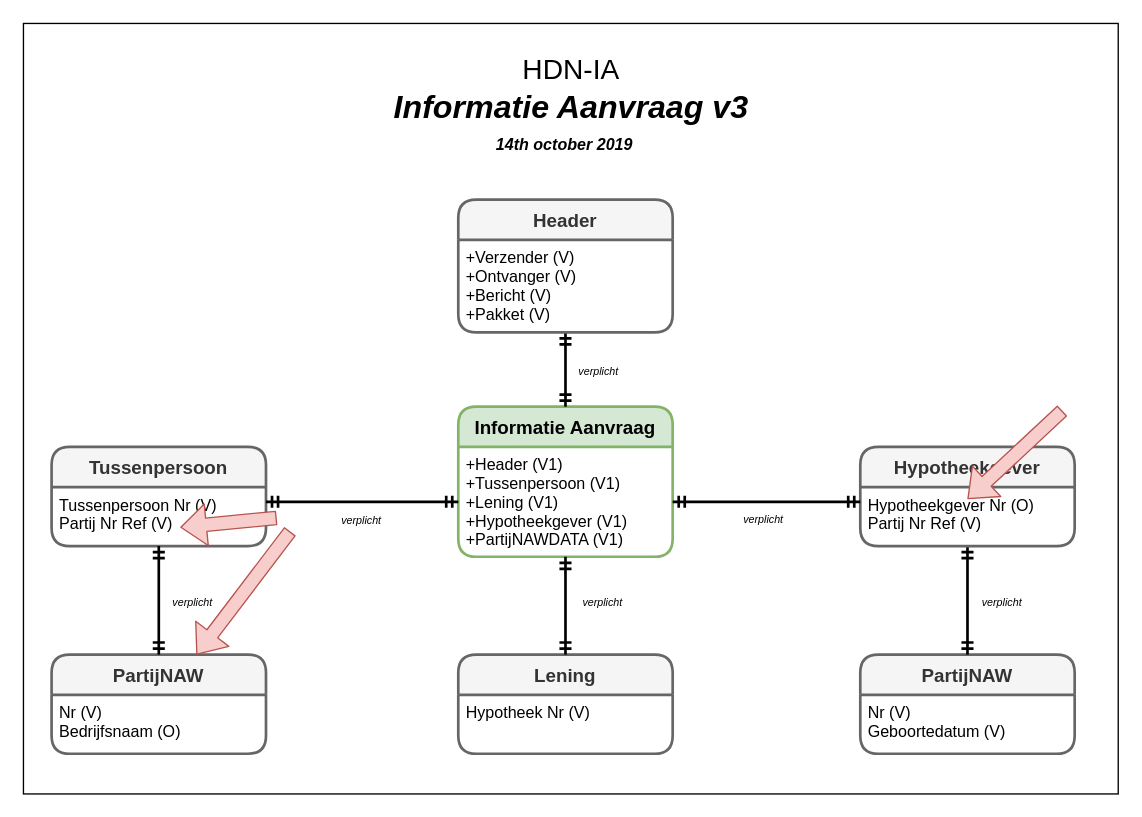
Before: page "IA-bericht Variant" (3 of 13) of 3rdPartyDatasharing-HDN-IA-IX.drawio in luchthandel/diagrams, a draw.io diagram. Source tidied: cells renumbered, new cells numbered last; positions are measured from the earlier drawing's top-left corner, leaving out a move shared by most shapes. Both pictures are drawn from the tidied source at 134%, with x=0, y=0 at pixel (23, 23).
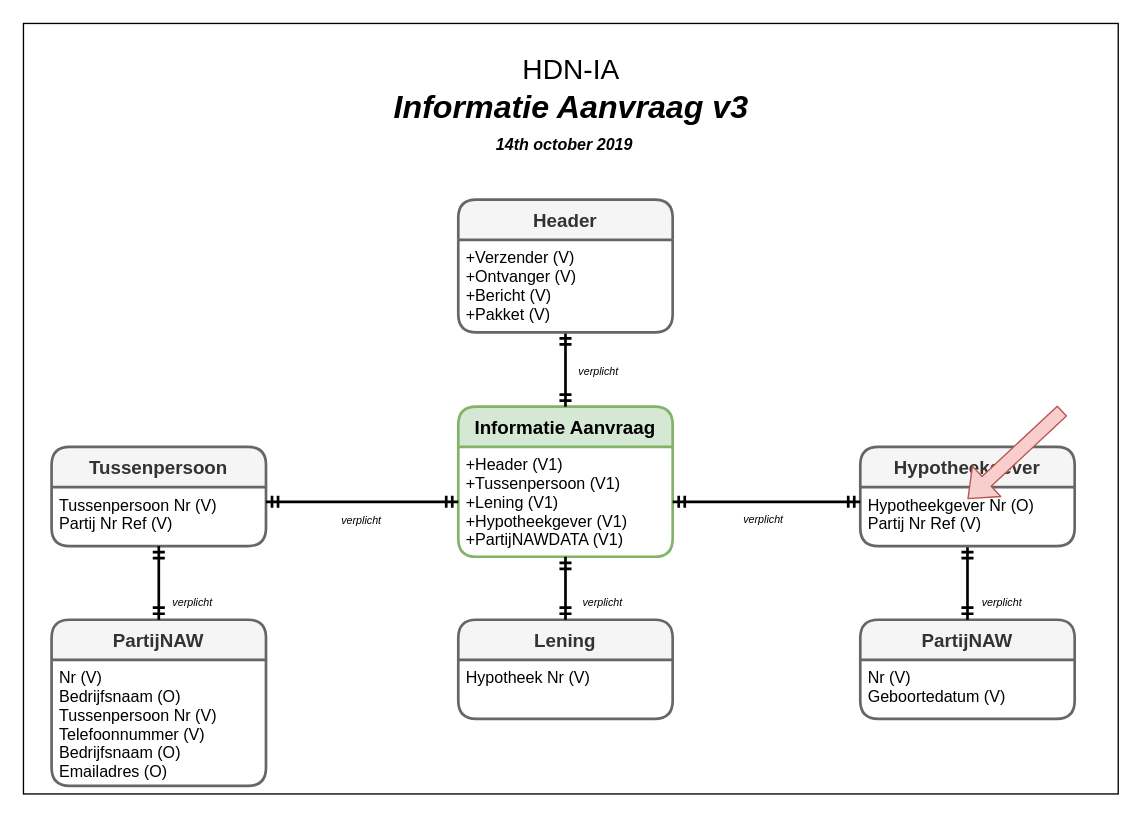
The same page after the edit.

The edit, as a diff of the source:
```diff
@@
     <mxCell id="3" value="PartijNAW" style="swimlane;horizontal=1;startSize=30;fillColor=#f5f5f5;fontColor=#333333;rounded=1;fontSize=14;fontStyle=1;strokeWidth=2;shadow=0;dashed=0;align=center;strokeColor=#666666;" parent="1" vertex="1">
-      <mxGeometry x="624.5" y="471" width="160" height="74" as="geometry" />
+      <mxGeometry x="624.5" y="445" width="160" height="74" as="geometry" />
     </mxCell>
@@
     <mxCell id="8" value="Lening" style="swimlane;horizontal=1;startSize=30;fillColor=#f5f5f5;rounded=1;fontSize=14;fontStyle=1;strokeWidth=2;shadow=0;dashed=0;align=center;strokeColor=#666666;fontColor=#333333;" parent="1" vertex="1">
-      <mxGeometry x="324.5" y="471" width="160" height="74" as="geometry" />
+      <mxGeometry x="324.5" y="445" width="160" height="74" as="geometry" />
     </mxCell>
@@
     <mxCell id="28" value="PartijNAW" style="swimlane;horizontal=1;startSize=30;fillColor=#f5f5f5;fontColor=#333333;rounded=1;fontSize=14;fontStyle=1;strokeWidth=2;shadow=0;dashed=0;align=center;strokeColor=#666666;" parent="1" vertex="1">
-      <mxGeometry x="21" y="471" width="160" height="74" as="geometry" />
+      <mxGeometry x="21" y="445" width="160" height="124" as="geometry" />
     </mxCell>
-    <mxCell id="29" value="Nr (V)&#10;Bedrijfsnaam (O)" style="align=left;strokeColor=none;fillColor=none;spacingLeft=4;fontSize=12;verticalAlign=top;" parent="28" vertex="1">
-      <mxGeometry y="30" width="160" height="44" as="geometry" />
+    <mxCell id="29" value="Nr (V)&#10;Bedrijfsnaam (O)&#10;Tussenpersoon Nr (V)&#10;Telefoonnummer (V)&#10;Bedrijfsnaam (O)&#10;Emailadres (O)" style="align=left;strokeColor=none;fillColor=none;spacingLeft=4;fontSize=12;verticalAlign=top;" parent="28" vertex="1">
+      <mxGeometry y="30" width="160" height="94" as="geometry" />
     </mxCell>
@@
-    <mxCell id="33" style="shape=flexArrow;endArrow=classic;html=1;fillColor=#f8cecc;strokeColor=#b85450;entryX=0.6;entryY=0.841;entryDx=0;entryDy=0;entryPerimeter=0;" parent="1" edge="1">
-      <mxGeometry relative="1" as="geometry">
-        <mxPoint x="189" y="369" as="sourcePoint" />
-        <mxPoint x="117" y="376" as="targetPoint" />
-      </mxGeometry>
-    </mxCell>
-    <mxCell id="34" style="shape=flexArrow;endArrow=classic;html=1;fillColor=#f8cecc;strokeColor=#b85450;" parent="1" edge="1" target="28">
-      <mxGeometry relative="1" as="geometry">
-        <mxPoint x="199" y="379" as="sourcePoint" />
-      </mxGeometry>
-    </mxCell>
```
